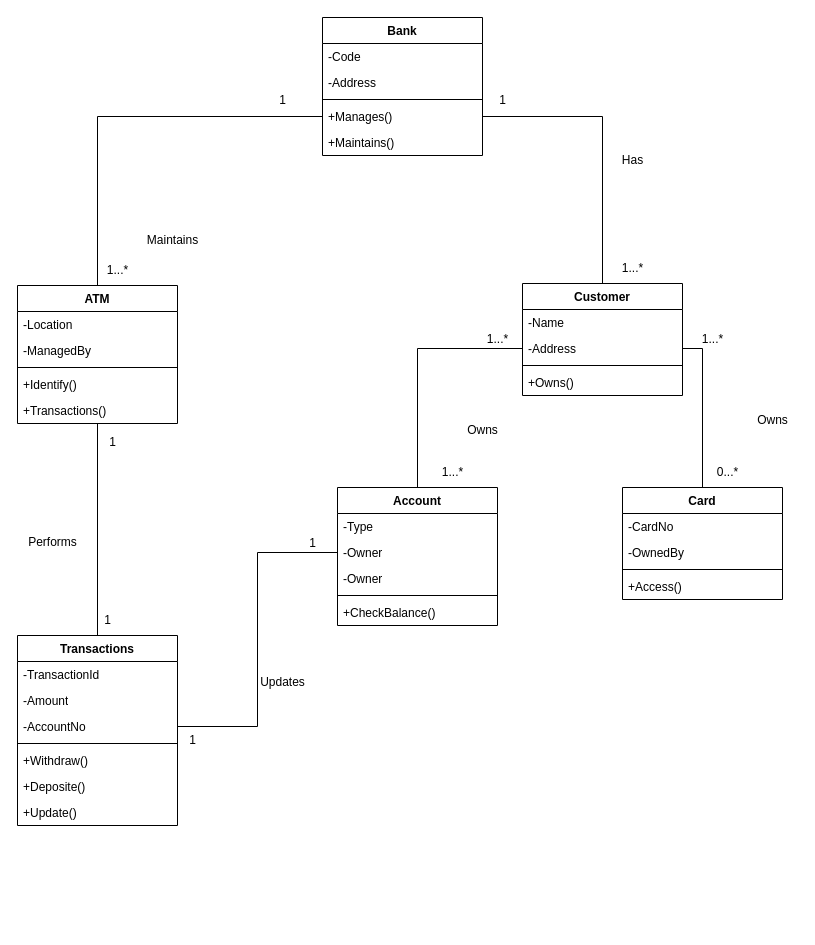
Before: 6th SEM/SE/Class_diagram_ATM.drawio in Reeves9/Class-Notes, a draw.io diagram. Source tidied: cells renumbered, new cells numbered last; positions are measured from the earlier drawing's top-left corner, leaving out a move shared by most shapes. Both pictures are drawn from the tidied source at 100%, with x=0, y=0 at pixel (17, 17).
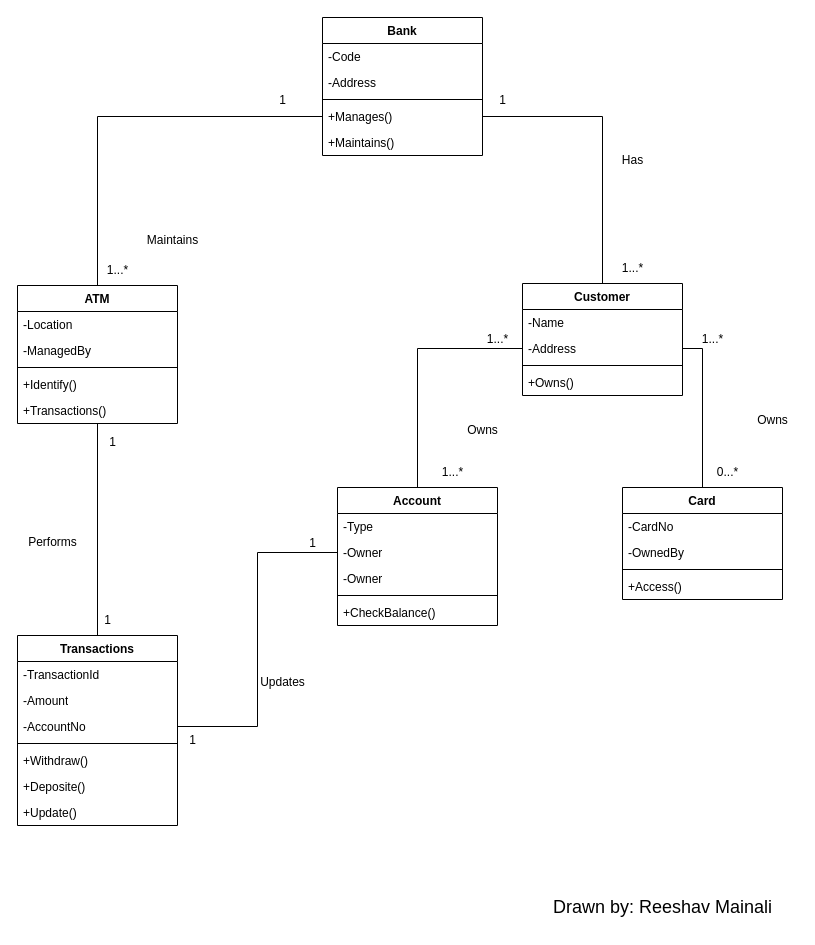
After the change.

Diff of the diagram source:
```diff
@@
+    <mxCell id="62" value="&lt;font style=&quot;font-size: 18px;&quot;&gt;Drawn by: Reeshav Mainali&lt;/font&gt;" style="text;html=1;align=center;verticalAlign=middle;strokeColor=none;fillColor=none;" parent="1" vertex="1">
+      <mxGeometry x="525" y="870" width="240" height="40" as="geometry" />
+    </mxCell>
```
